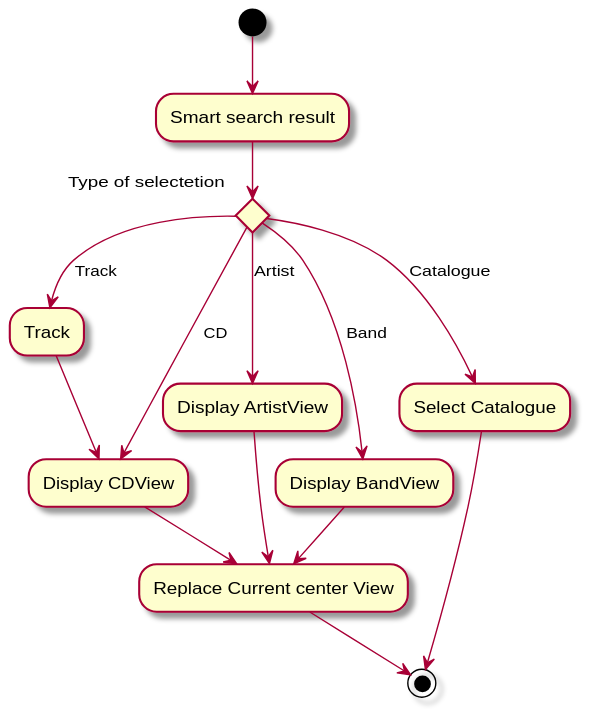
Before: doc/images/SmartSearchFlow.svg, a diagram exported from PlantUML (AxoKoi/BandurriaJ). Source of this version:
```plantuml
@startuml
(*)  --> "Smart search result"
If "Type of selectetion" then
--> [Track] "Track"
--> "Display CDView"
else
--> [CD] "Display CDView"
--> "Replace Current center View"
else
--> [Artist] "Display ArtistView"
--> "Replace Current center View"
else
--> [Band] "Display BandView"
--> "Replace Current center View"
else
--> [Catalogue] "Select Catalogue"
-->(*)
Endif
"Replace Current center View"-->(*)
@enduml
```
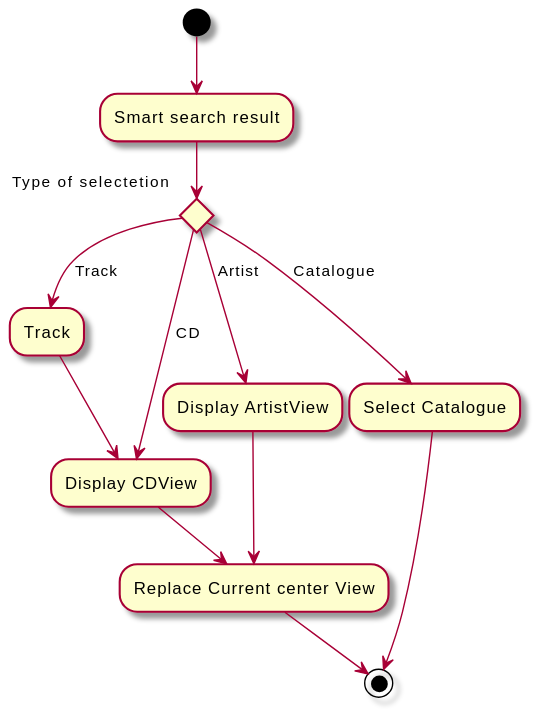
The same file after the commit.

The edit, as a diff of the source:
```diff
@@ -10,9 +10,6 @@
 --> [Artist] "Display ArtistView"
 --> "Replace Current center View"
 else
---> [Band] "Display BandView"
---> "Replace Current center View"
-else
 --> [Catalogue] "Select Catalogue"
 -->(*)
 Endif
```
